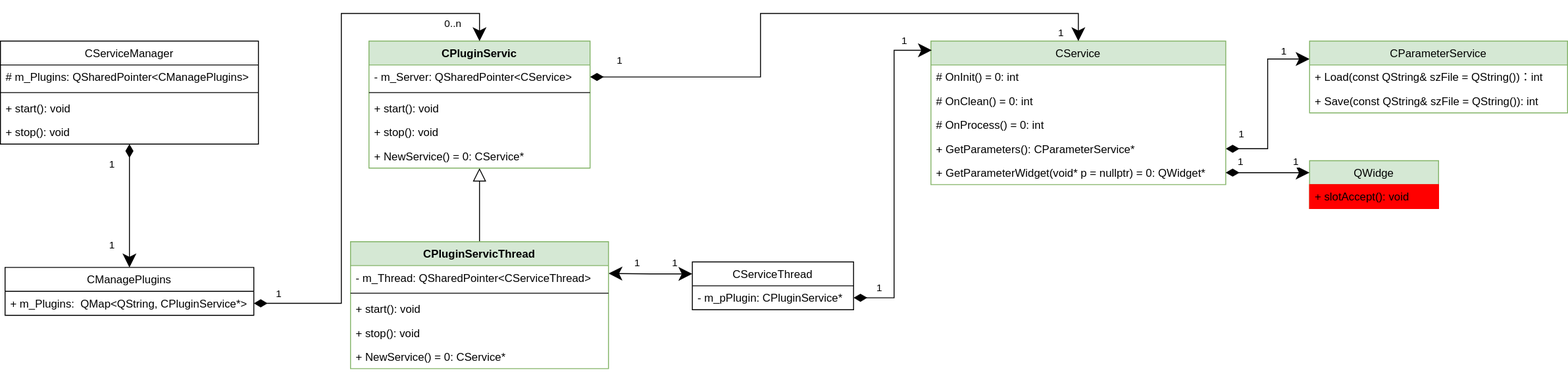
Above: docs/Image/PluginServiceAPI.svg in KangLin/RabbitRemoteControl (draw.io), before the change. Source tidied: cells renumbered, new cells last; positions are measured from the earlier drawing's top-left corner, leaving out a move shared by most shapes.
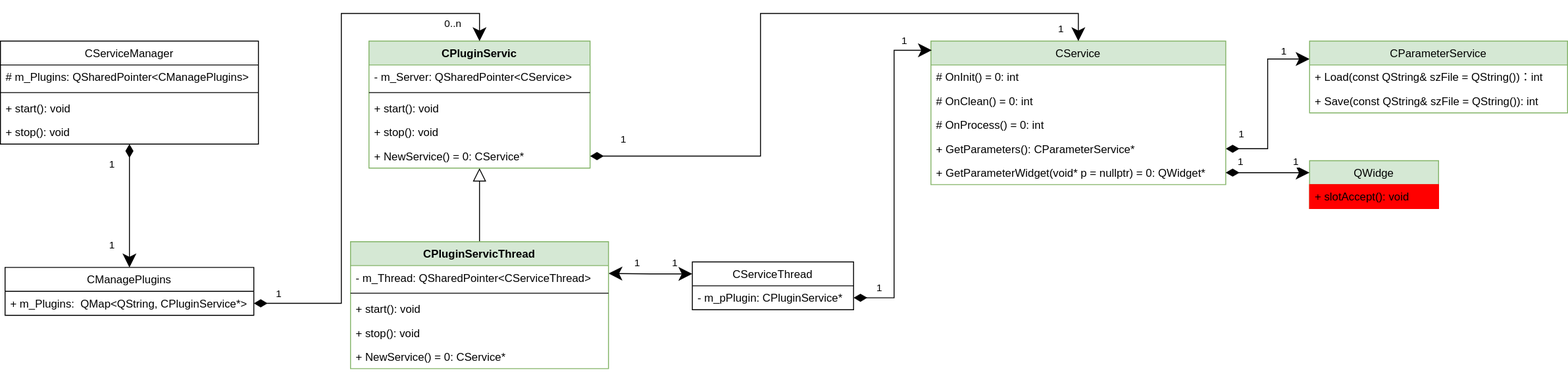
After the change.

Change to the diagram source:
```diff
@@ -190,7 +190,7 @@
     <mxCell id="52" value="+ NewService() = 0: CService*" style="text;strokeColor=none;fillColor=none;align=left;verticalAlign=top;spacingLeft=4;spacingRight=4;overflow=hidden;" parent="47" vertex="1">
       <mxGeometry y="112" width="280" height="26" as="geometry" />
     </mxCell>
-    <mxCell id="53" style="edgeStyle=orthogonalEdgeStyle;rounded=0;jettySize=auto;html=1;entryX=0.5;entryY=0;entryDx=0;entryDy=0;startArrow=diamondThin;startFill=1;endArrow=classic;endFill=1;startSize=12;endSize=12;" parent="1" edge="1" source="21" target="13">
+    <mxCell id="53" style="edgeStyle=orthogonalEdgeStyle;rounded=0;jettySize=auto;html=1;entryX=0.5;entryY=0;entryDx=0;entryDy=0;startArrow=diamondThin;startFill=1;endArrow=classic;endFill=1;startSize=12;endSize=12;exitX=1;exitY=0.5;exitDx=0;exitDy=0;" parent="1" edge="1" source="25" target="13">
       <mxGeometry relative="1" as="geometry" />
     </mxCell>
     <mxCell id="54" value="1" style="edgeLabel;html=1;align=center;verticalAlign=middle;" parent="53" vertex="1">
```
